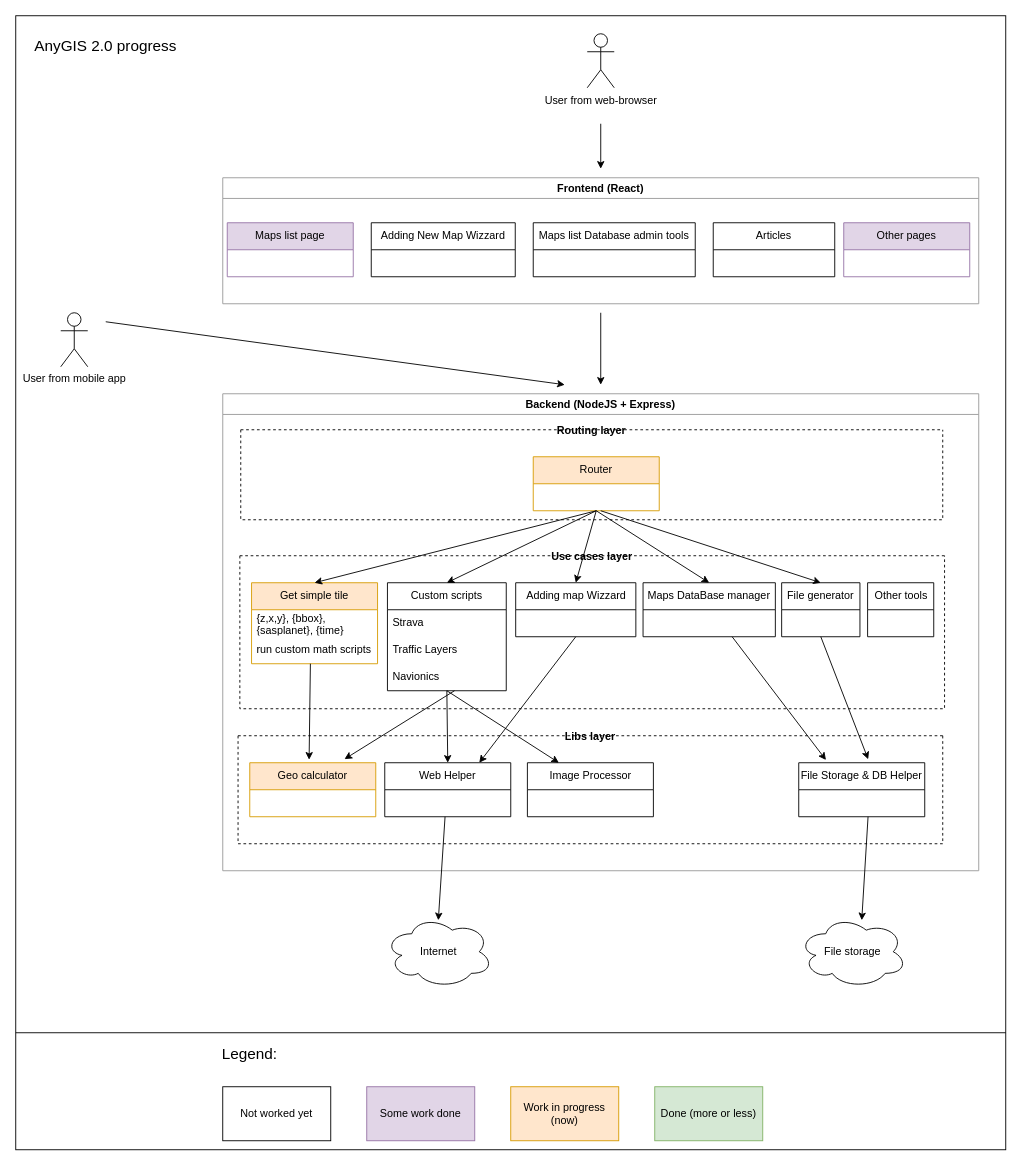
Above: res/uml/AnyGIS2.drawio in nnngrach/AnyGIS2 (draw.io), before the change. Source tidied: cells renumbered, new cells numbered last; positions are measured from the earlier drawing's top-left corner, leaving out a move shared by most shapes. Both pictures are drawn from the tidied source at 90%, with x=0, y=0 at pixel (15, 15).
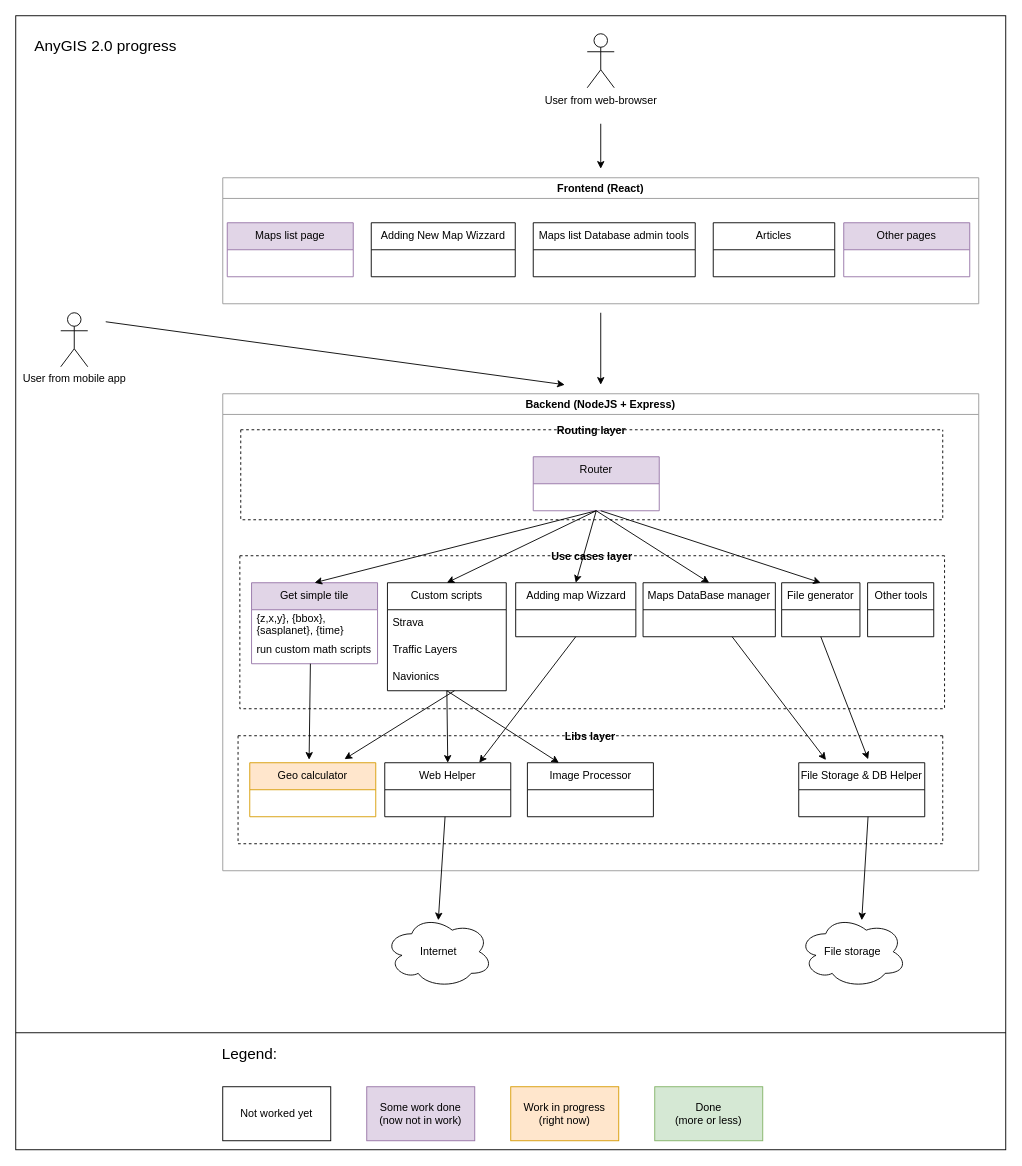
The same page after the edit.

Unchanged cells that the change refers to:
```xml
<mxCell id="9" value="Routing layer" style="swimlane;startSize=0;dashed=1;" parent="8" vertex="1">
  <mxGeometry x="20" y="40" width="780" height="100" as="geometry" />
</mxCell>
<mxCell id="11" value="Use cases layer" style="swimlane;startSize=0;dashed=1;" parent="8" vertex="1">
  <mxGeometry x="19" y="180" width="783" height="170" as="geometry" />
</mxCell>
```

The edit, as a diff of the source:
```diff
@@
-    <mxCell id="10" value="Router" style="swimlane;fontStyle=0;horizontal=1;startSize=30;whiteSpace=wrap;html=1;fillColor=#ffe6cc;strokeColor=#d79b00;" parent="9" vertex="1">
+    <mxCell id="10" value="Router" style="swimlane;fontStyle=0;horizontal=1;startSize=30;whiteSpace=wrap;html=1;fillColor=#e1d5e7;strokeColor=#9673a6;" parent="9" vertex="1">
       <mxGeometry x="325" y="30" width="140" height="60" as="geometry" />
     </mxCell>
@@
-    <mxCell id="13" value="Get simple tile" style="swimlane;fontStyle=0;horizontal=1;startSize=30;whiteSpace=wrap;html=1;fillColor=#ffe6cc;strokeColor=#d79b00;" parent="11" vertex="1">
+    <mxCell id="13" value="Get simple tile" style="swimlane;fontStyle=0;horizontal=1;startSize=30;whiteSpace=wrap;html=1;fillColor=#e1d5e7;strokeColor=#9673a6;" parent="11" vertex="1">
       <mxGeometry x="13" y="30" width="140" height="90" as="geometry" />
     </mxCell>
@@
-    <mxCell id="49" value="Some work done" style="rounded=0;whiteSpace=wrap;html=1;labelBackgroundColor=none;fillColor=#e1d5e7;strokeColor=#9673a6;" parent="1" vertex="1">
+    <mxCell id="49" value="Some work done (now not in work)" style="rounded=0;whiteSpace=wrap;html=1;labelBackgroundColor=none;fillColor=#e1d5e7;strokeColor=#9673a6;" parent="1" vertex="1">
       <mxGeometry x="390" y="1190" width="120" height="60" as="geometry" />
     </mxCell>
-    <mxCell id="50" value="Work in progress (now)" style="rounded=0;whiteSpace=wrap;html=1;fillColor=#ffe6cc;strokeColor=#d79b00;" parent="1" vertex="1">
+    <mxCell id="50" value="Work in progress (right now)" style="rounded=0;whiteSpace=wrap;html=1;fillColor=#ffe6cc;strokeColor=#d79b00;" parent="1" vertex="1">
       <mxGeometry x="550" y="1190" width="120" height="60" as="geometry" />
     </mxCell>
-    <mxCell id="51" value="Done (more or less)" style="rounded=0;whiteSpace=wrap;html=1;fillColor=#d5e8d4;strokeColor=#82b366;" parent="1" vertex="1">
+    <mxCell id="51" value="Done &lt;br&gt;(more or less)" style="rounded=0;whiteSpace=wrap;html=1;fillColor=#d5e8d4;strokeColor=#82b366;" parent="1" vertex="1">
       <mxGeometry x="710" y="1190" width="120" height="60" as="geometry" />
     </mxCell>
```
